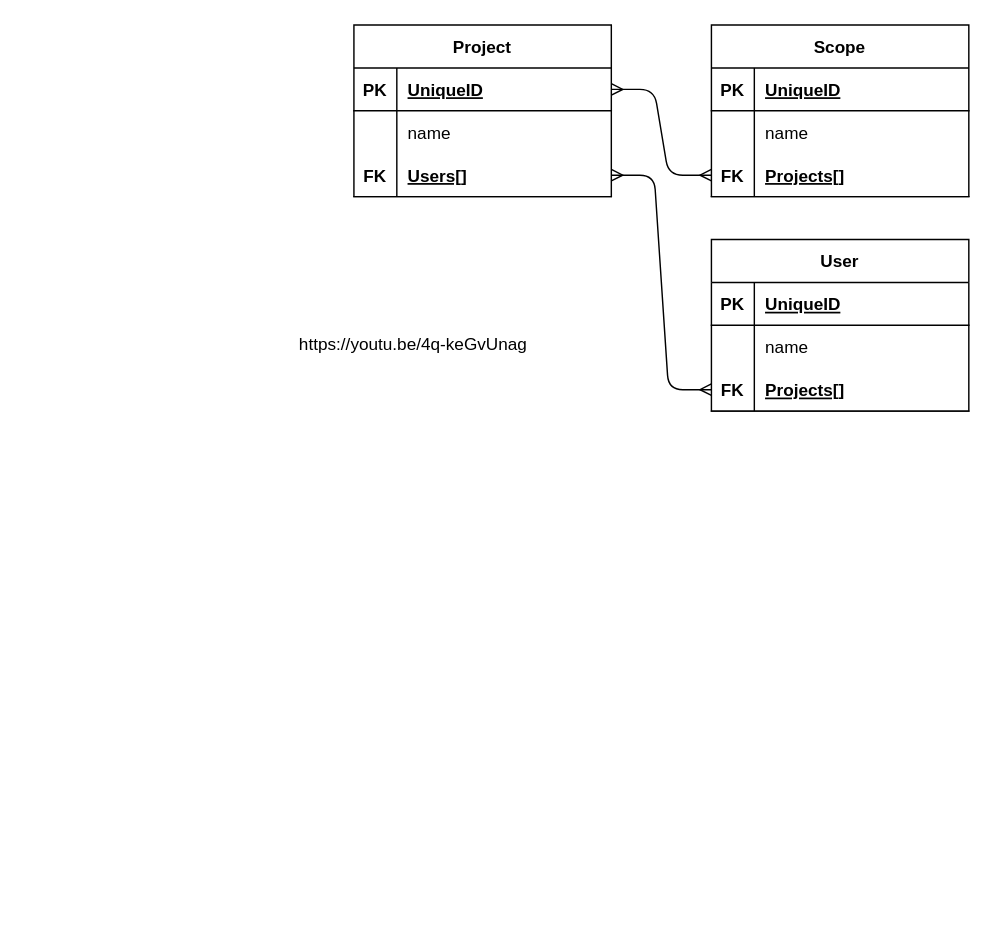
Earlier version of the draw.io diagram docs/db.drawio (fluffy-kaiju/dreemhack). Source tidied: cells renumbered, new cells numbered last; positions are measured from the earlier drawing's top-left corner, leaving out a move shared by most shapes. Both pictures are drawn from the tidied source at 143%, with x=0, y=0 at pixel (296, 24).
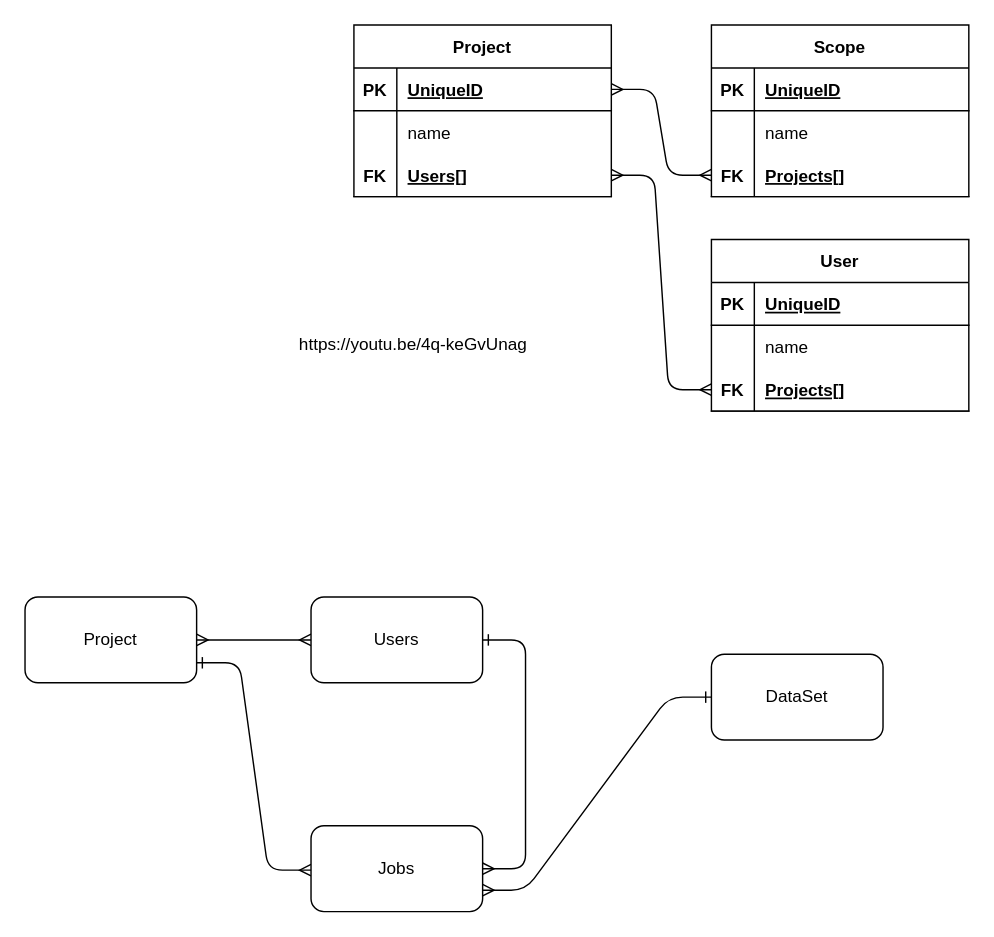
The same diagram, later.

Change to the diagram source:
```diff
@@
+    <mxCell id="35" style="edgeStyle=entityRelationEdgeStyle;html=1;endArrow=ERmany;endFill=0;startArrow=ERmany;startFill=0;" parent="1" edge="1" source="37" target="39">
+      <mxGeometry relative="1" as="geometry" />
+    </mxCell>
+    <mxCell id="36" style="edgeStyle=entityRelationEdgeStyle;html=1;startArrow=ERone;startFill=0;endArrow=ERmany;endFill=0;exitX=1;exitY=0.75;exitDx=0;exitDy=0;" parent="1" edge="1">
+      <mxGeometry relative="1" as="geometry">
+        <mxPoint x="-70" y="446" as="sourcePoint" />
+        <mxPoint x="10" y="591" as="targetPoint" />
+      </mxGeometry>
+    </mxCell>
+    <mxCell id="37" value="Project" style="whiteSpace=wrap;html=1;rounded=1;glass=0;" parent="1" vertex="1">
+      <mxGeometry x="-190" y="400" width="120" height="60" as="geometry" />
+    </mxCell>
+    <mxCell id="38" style="edgeStyle=entityRelationEdgeStyle;html=1;startArrow=ERone;startFill=0;endArrow=ERmany;endFill=0;" parent="1" edge="1" source="39" target="41">
+      <mxGeometry relative="1" as="geometry" />
+    </mxCell>
+    <mxCell id="39" value="Users" style="whiteSpace=wrap;html=1;rounded=1;glass=0;" parent="1" vertex="1">
+      <mxGeometry x="10" y="400" width="120" height="60" as="geometry" />
+    </mxCell>
+    <mxCell id="40" style="edgeStyle=entityRelationEdgeStyle;html=1;startArrow=ERmany;startFill=0;endArrow=ERone;endFill=0;exitX=1;exitY=0.75;exitDx=0;exitDy=0;" parent="1" edge="1" source="41" target="42">
+      <mxGeometry relative="1" as="geometry" />
+    </mxCell>
+    <mxCell id="41" value="Jobs" style="whiteSpace=wrap;html=1;rounded=1;glass=0;" parent="1" vertex="1">
+      <mxGeometry x="10" y="560" width="120" height="60" as="geometry" />
+    </mxCell>
+    <mxCell id="42" value="DataSet" style="whiteSpace=wrap;html=1;rounded=1;shadow=0;glass=0;sketch=0;" parent="1" vertex="1">
+      <mxGeometry x="290" y="440" width="120" height="60" as="geometry" />
+    </mxCell>
```
